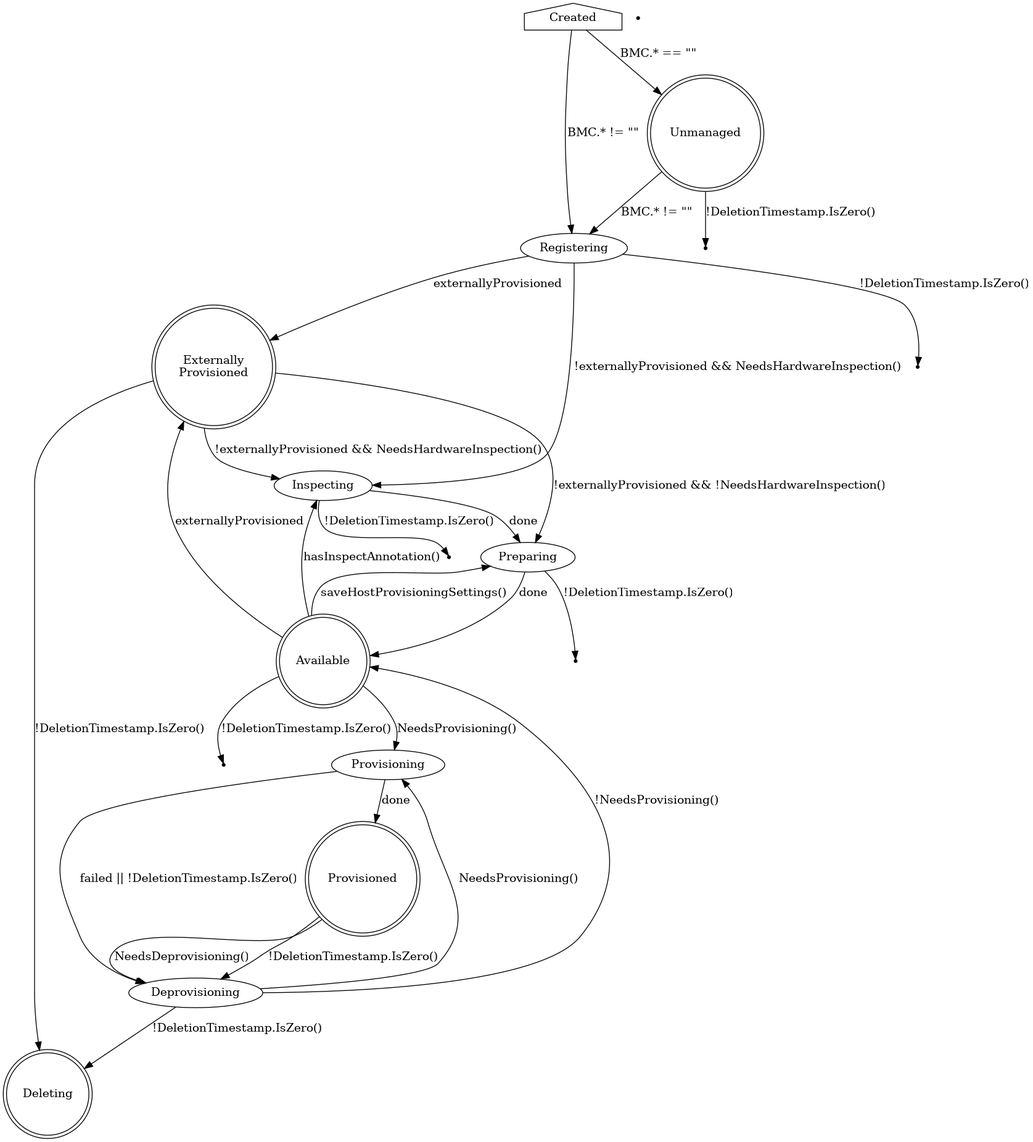
The Graphviz diagram docs/BaremetalHost_ProvisioningState.png in metal3-io/baremetal-operator, before a commit. Its source is kept beside it as docs/BaremetalHost_ProvisioningState.dot.
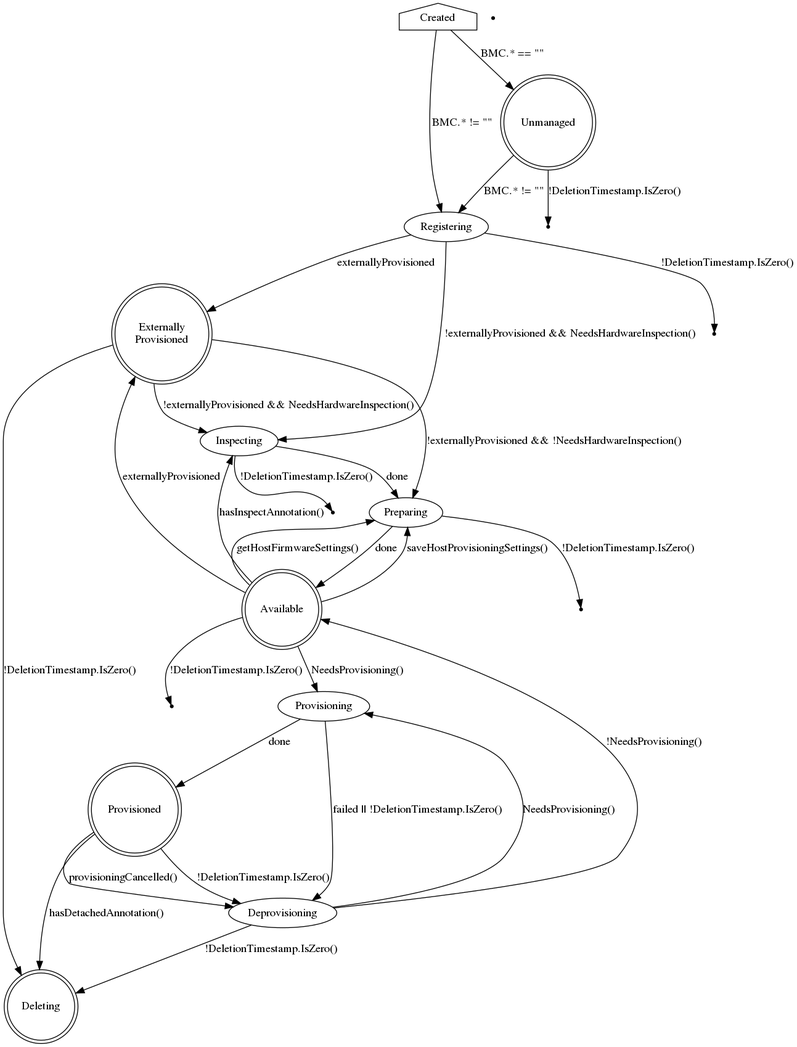
Above is the later version.

Commit message:
Fix outdated BaremetaHost state diagram

The edit, as a diff of the source:
```diff
@@ -36,6 +36,7 @@
     Available [shape=doublecircle]
     Available -> Provisioning [label="NeedsProvisioning()"]
     Available -> Preparing [label="saveHostProvisioningSettings()"]
+    Available -> Preparing [label="getHostFirmwareSettings()"]
     Available -> Deleting7 [label="!DeletionTimestamp.IsZero()"]
     Available -> Inspecting [label="hasInspectAnnotation()"]
 
@@ -45,8 +46,9 @@
     Provisioning -> Deprovisioning [label="failed || !DeletionTimestamp.IsZero()"]
 
     Provisioned [shape=doublecircle]
-    Provisioned -> Deprovisioning [label="NeedsDeprovisioning()"]
+    Provisioned -> Deprovisioning [label="provisioningCancelled()"]
     Provisioned -> Deprovisioning [label="!DeletionTimestamp.IsZero()"]
+    Provisioned -> Deleting [label="hasDetachedAnnotation()"]
 
     ExternallyProvisioned [shape=doublecircle]
     ExternallyProvisioned -> Deleting [label="!DeletionTimestamp.IsZero()"]
```
